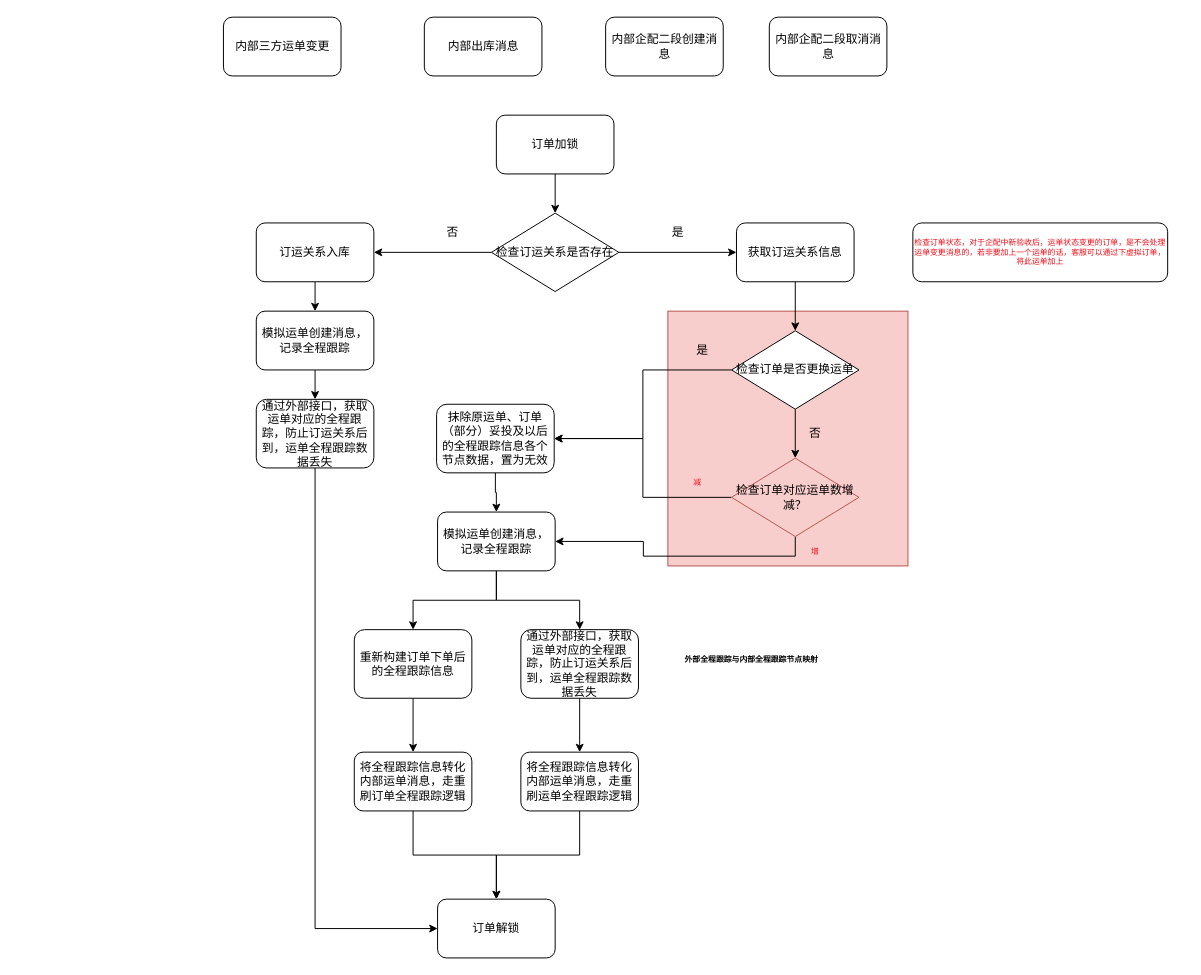
Before: page "订运关系落库" (34 of 36) of Untitled Diagram.drawio in lixintao03/lixintao.github.io, a draw.io diagram. Source tidied: cells renumbered, new cells numbered last; positions are measured from the earlier drawing's top-left corner, leaving out a move shared by most shapes. Both pictures are drawn from the tidied source at 98%, with x=0, y=0 at pixel (222, 17).
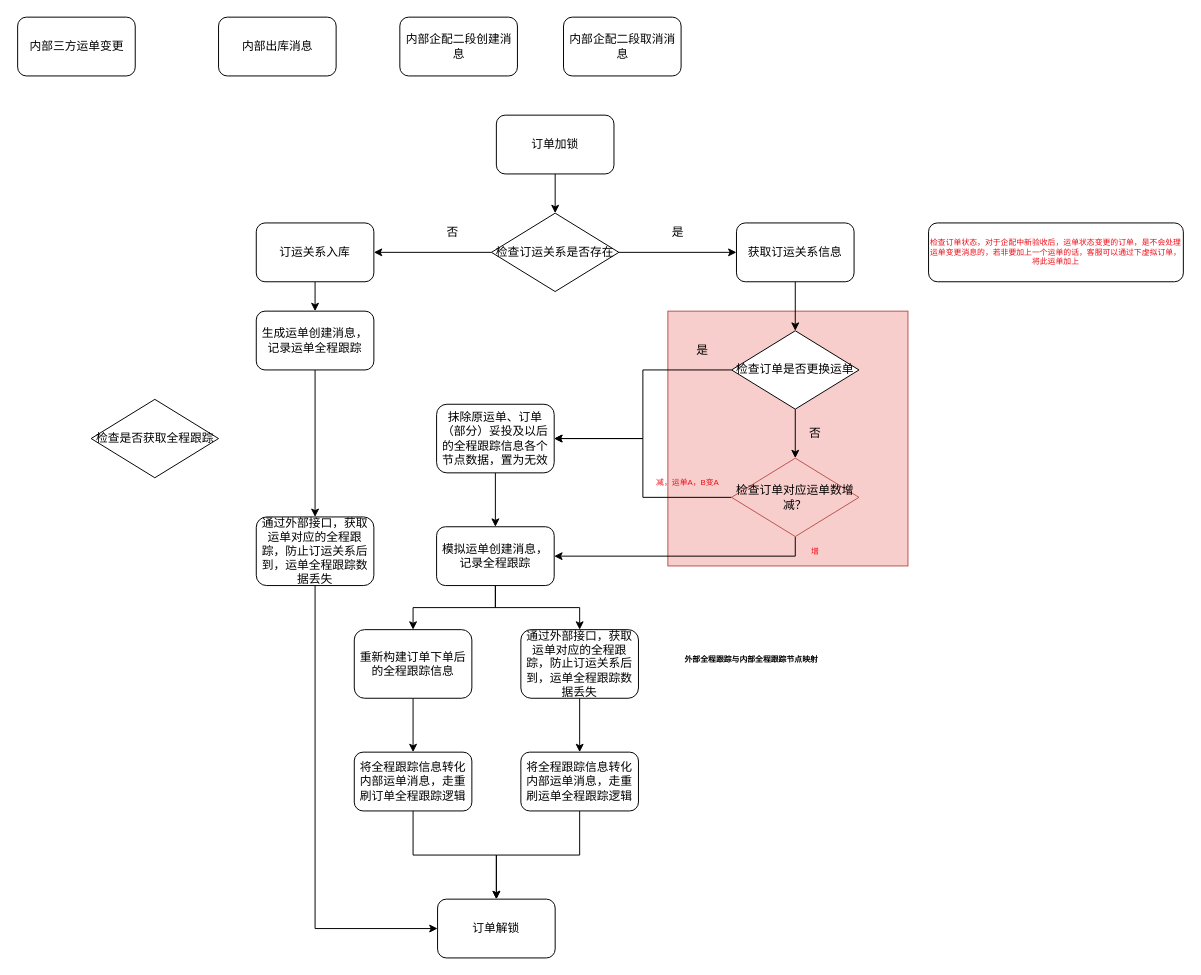
The same diagram, later.

The edit, as a diff of the source:
```diff
@@
     <mxCell id="3" value="内部三方运单变更" style="rounded=1;whiteSpace=wrap;html=1;" parent="1" vertex="1">
-      <mxGeometry x="0.5" width="120" height="60" as="geometry" />
+      <mxGeometry x="-209.5" width="120" height="60" as="geometry" />
     </mxCell>
     <mxCell id="4" value="内部出库消息" style="rounded=1;whiteSpace=wrap;html=1;" parent="1" vertex="1">
-      <mxGeometry x="205.5" width="120" height="60" as="geometry" />
+      <mxGeometry x="-4.5" width="120" height="60" as="geometry" />
     </mxCell>
     <mxCell id="5" value="内部企配二段创建消息" style="rounded=1;whiteSpace=wrap;html=1;" parent="1" vertex="1">
-      <mxGeometry x="390.5" width="120" height="60" as="geometry" />
+      <mxGeometry x="180.5" width="120" height="60" as="geometry" />
     </mxCell>
@@
-    <mxCell id="34" value="模拟运单创建消息，记录全程跟踪" style="rounded=1;whiteSpace=wrap;html=1;" parent="1" vertex="1">
+    <mxCell id="34" value="生成运单创建消息，记录运单全程跟踪" style="rounded=1;whiteSpace=wrap;html=1;" parent="1" vertex="1">
       <mxGeometry x="34" y="300" width="120" height="60" as="geometry" />
     </mxCell>
@@
     <mxCell id="37" value="模拟运单创建消息，记录全程跟踪" style="rounded=1;whiteSpace=wrap;html=1;" parent="1" vertex="1">
-      <mxGeometry x="219" y="505" width="120" height="60" as="geometry" />
+      <mxGeometry x="218" y="520" width="120" height="60" as="geometry" />
     </mxCell>
@@
     <mxCell id="39" value="通过外部接口，获取运单对应的全程跟踪，防止订运关系后到，运单全程跟踪数据丢失" style="rounded=1;whiteSpace=wrap;html=1;" parent="1" vertex="1">
-      <mxGeometry x="34" y="390" width="120" height="70" as="geometry" />
+      <mxGeometry x="34" y="510" width="120" height="70" as="geometry" />
     </mxCell>
@@
-    <mxCell id="45" value="减" style="text;html=1;align=center;verticalAlign=middle;strokeColor=none;fillColor=none;fontSize=8;fontColor=#f00a15;" parent="1" vertex="1">
-      <mxGeometry x="464" y="460" width="40" height="30" as="geometry" />
+    <mxCell id="45" value="减，运单A，B变A" style="text;html=1;align=center;verticalAlign=middle;strokeColor=none;fillColor=none;fontSize=8;fontColor=#f00a15;" parent="1" vertex="1">
+      <mxGeometry x="414" y="460" width="120" height="30" as="geometry" />
     </mxCell>
     <mxCell id="46" value="检查订单状态，对于企配中新验收后，运单状态变更的订单，是不会处理运单变更消息的，若非要加上一个运单的话，客服可以通过下虚拟订单，将此运单加上" style="rounded=1;whiteSpace=wrap;html=1;fontSize=8;fontColor=#f00a15;" parent="1" vertex="1">
-      <mxGeometry x="704" y="210" width="260" height="60" as="geometry" />
+      <mxGeometry x="720" y="210" width="260" height="60" as="geometry" />
     </mxCell>
     <mxCell id="47" value="内部企配二段取消消息" style="rounded=1;whiteSpace=wrap;html=1;" parent="1" vertex="1">
-      <mxGeometry x="557.5" width="120" height="60" as="geometry" />
+      <mxGeometry x="347.5" width="120" height="60" as="geometry" />
     </mxCell>
+    <mxCell id="48" value="检查是否获取全程跟踪" style="rhombus;whiteSpace=wrap;html=1;" parent="1" vertex="1">
+      <mxGeometry x="-134.5" y="390" width="130" height="80" as="geometry" />
+    </mxCell>
```
